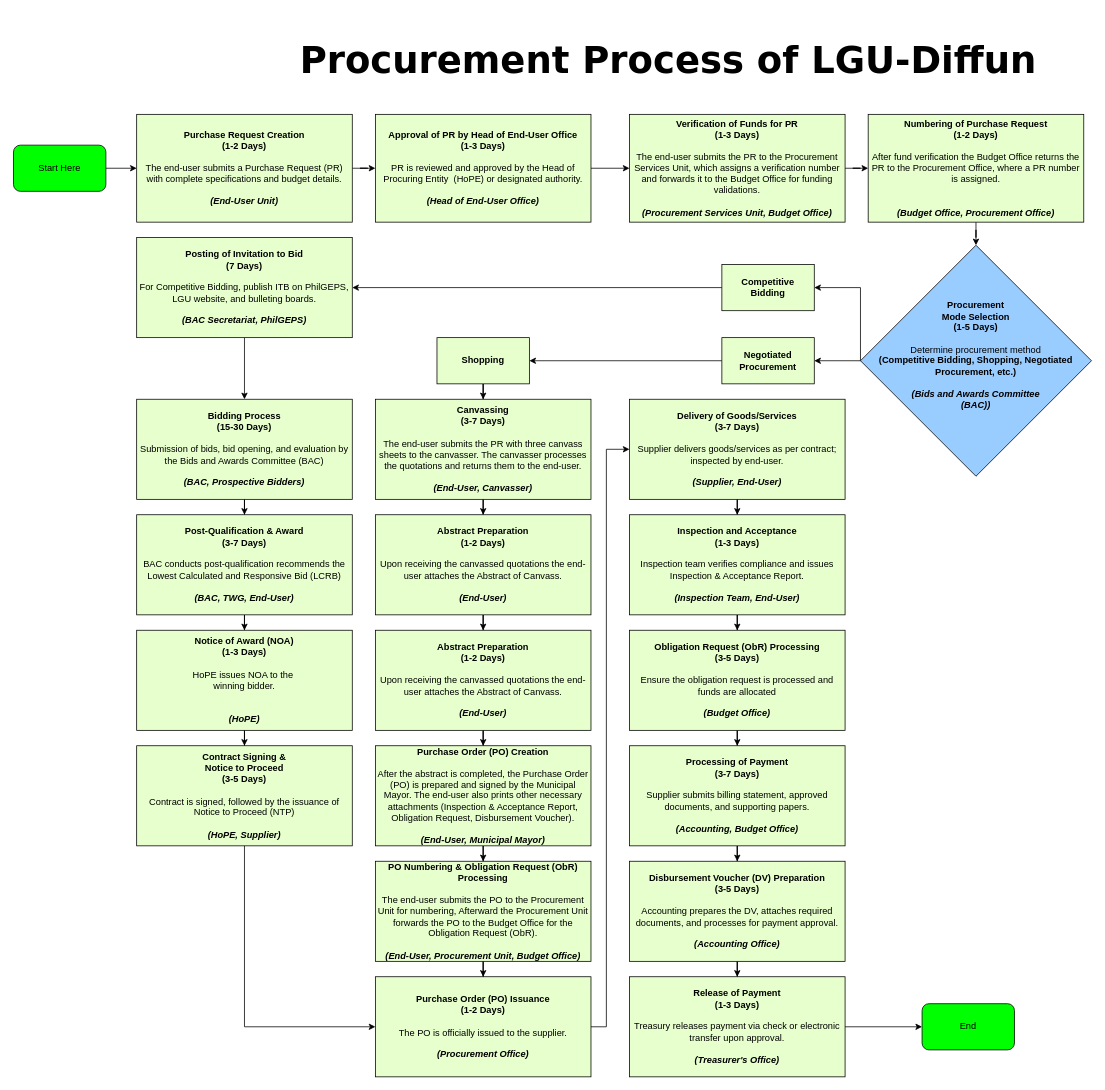
Earlier version of the draw.io diagram Untitled Diagram.drawio (nixon-dev/nixon-dev). Source tidied: cells renumbered, new cells numbered last; positions are measured from the earlier drawing's top-left corner, leaving out a move shared by most shapes. Both pictures are drawn from the tidied source at 77%, with x=0, y=0 at pixel (13, 45).
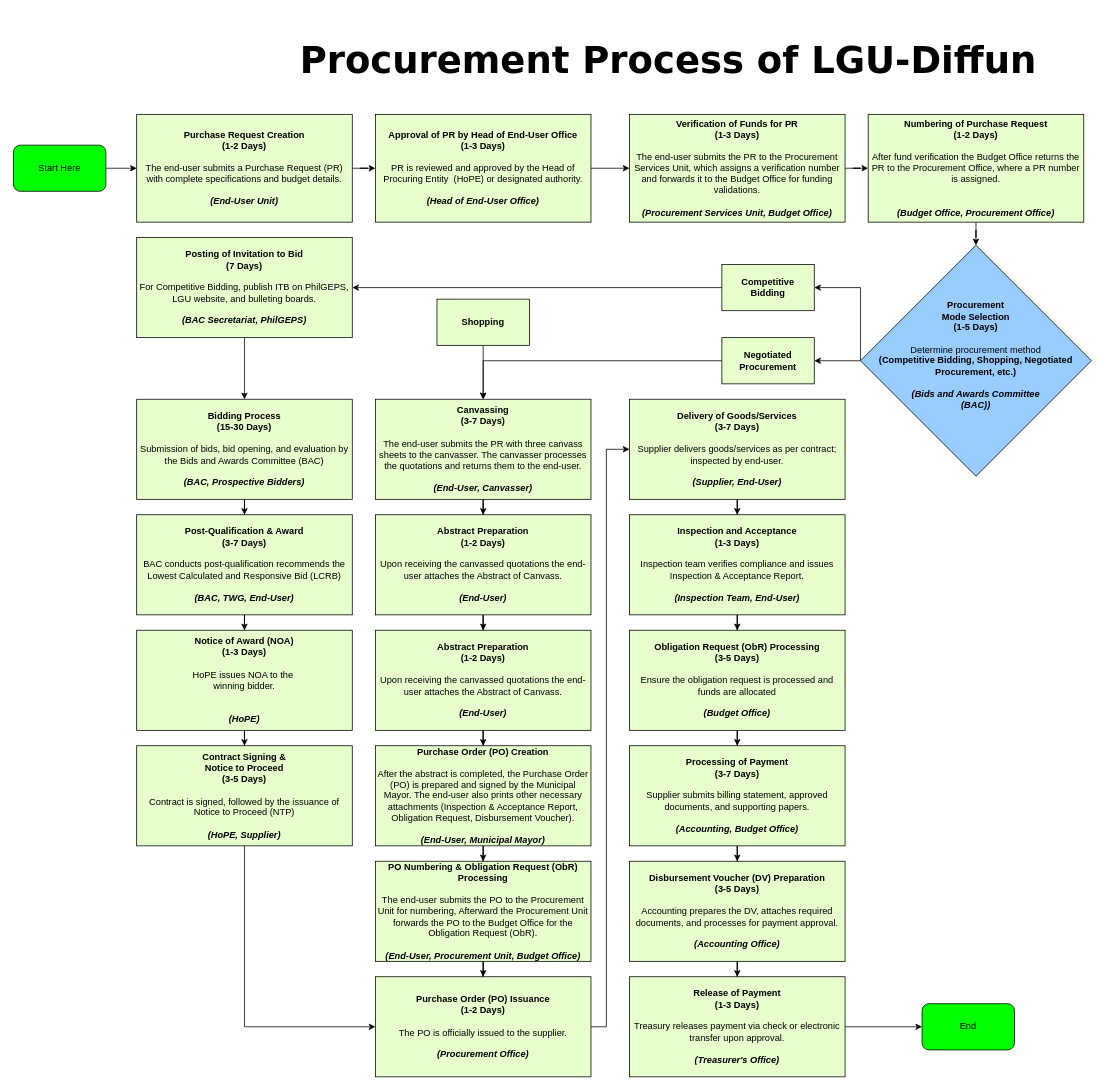
After the change.

Commit message:
Updated Negotiated is diretec to canvassing

Unchanged cells that the change refers to:
```xml
<mxCell id="15" value="&lt;b&gt;Negotiated Procurement&lt;/b&gt;" style="whiteSpace=wrap;html=1;rounded=0;fillColor=#E6FFCC;" parent="1" vertex="1">
  <mxGeometry x="920" y="380" width="120" height="60" as="geometry" />
</mxCell>
<mxCell id="23" value="&lt;div&gt;&lt;b&gt;Canvassing&lt;/b&gt;&lt;/div&gt;&lt;div&gt;&lt;b&gt;(3-7 Days)&lt;/b&gt;&lt;/div&gt;&lt;div&gt;&lt;span style=&quot;background-color: transparent; color: light-dark(rgb(0, 0, 0), rgb(255, 255, 255));&quot;&gt;&lt;br&gt;&lt;/span&gt;&lt;/div&gt;&lt;div&gt;&lt;span style=&quot;background-color: transparent; color: light-dark(rgb(0, 0, 0), rgb(255, 255, 255));&quot;&gt;The end-user submits the PR with three canvass sheets to the canvasser. The canvasser processes the quotations and returns them to the end-user.&lt;/span&gt;&lt;/div&gt;&lt;div&gt;&lt;span style=&quot;background-color: transparent; color: light-dark(rgb(0, 0, 0), rgb(255, 255, 255));&quot;&gt;&lt;br&gt;&lt;/span&gt;&lt;/div&gt;&lt;div&gt;&lt;b&gt;&lt;i&gt;(End-User, Canvasser)&lt;/i&gt;&lt;/b&gt;&lt;/div&gt;" style="whiteSpace=wrap;html=1;rounded=0;fillColor=#E6FFCC;" parent="1" vertex="1">
  <mxGeometry x="470" y="460" width="280" height="130" as="geometry" />
</mxCell>
```

The edit, as a diff of the source:
```diff
@@
-    <mxCell id="14" style="edgeStyle=orthogonalEdgeStyle;rounded=0;jettySize=auto;html=1;" parent="1" edge="1" source="15" target="21">
+    <mxCell id="14" style="edgeStyle=orthogonalEdgeStyle;rounded=0;jettySize=auto;html=1;entryX=0.5;entryY=0;entryDx=0;entryDy=0;" parent="1" edge="1" source="15" target="23">
       <mxGeometry relative="1" as="geometry" />
     </mxCell>
@@
     <mxCell id="21" value="&lt;b&gt;Shopping&lt;/b&gt;" style="whiteSpace=wrap;html=1;rounded=0;fillColor=#E6FFCC;" parent="1" vertex="1">
-      <mxGeometry x="550" y="380" width="120" height="60" as="geometry" />
+      <mxGeometry x="550" y="330" width="120" height="60" as="geometry" />
     </mxCell>
```
